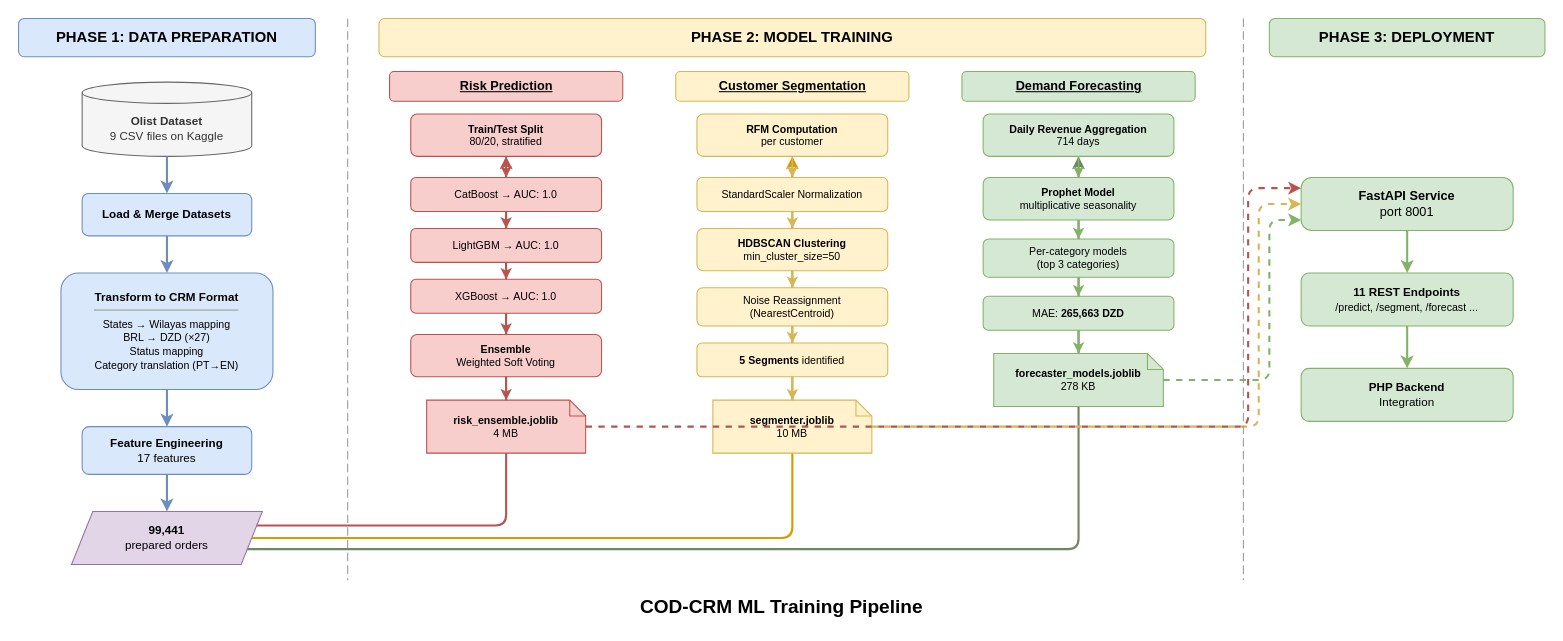
Before: docs/diagrams/ml_pipeline.drawio in amine-dubs/COD-CRM, a draw.io diagram. Source tidied: cells renumbered, new cells numbered last; positions are measured from the earlier drawing's top-left corner, leaving out a move shared by most shapes. Both pictures are drawn from the tidied source at 106%, with x=0, y=0 at pixel (18, 18).
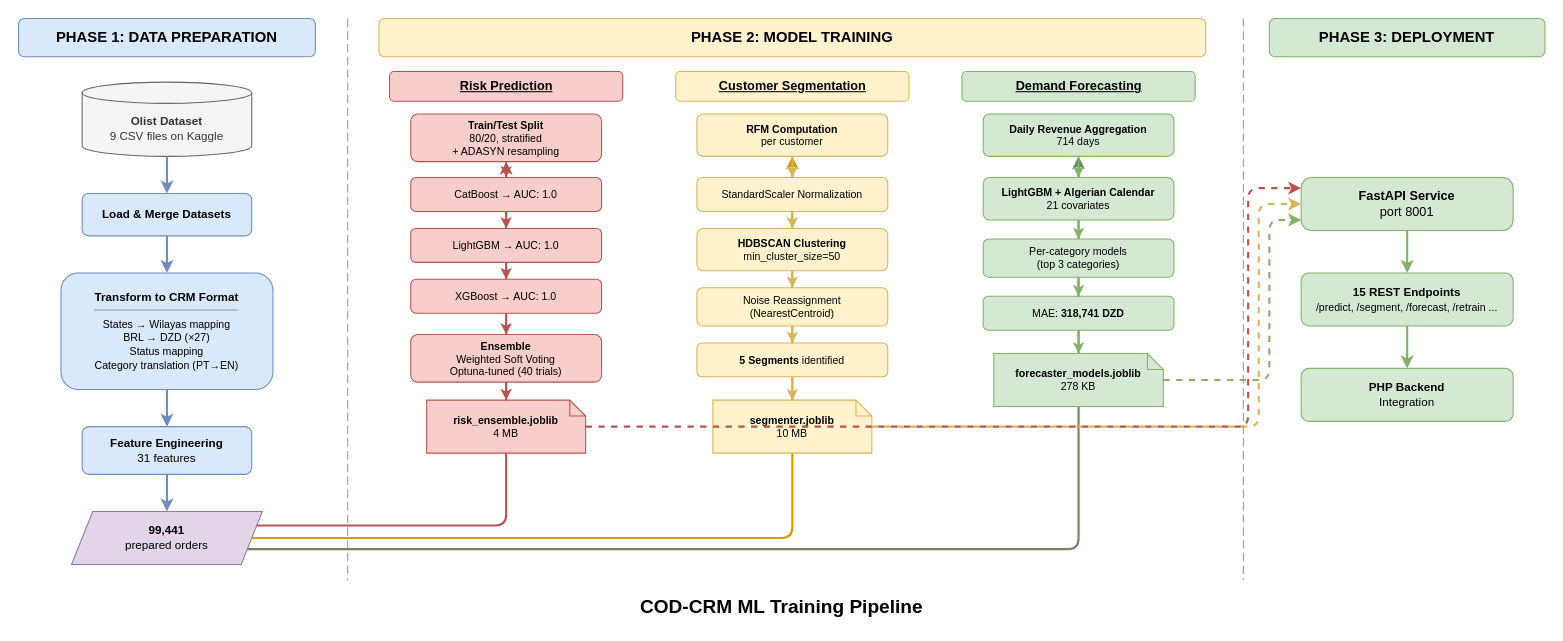
The same diagram, later.

Commit message (it also covers changes not shown here):
Add Algerian calendar: national holidays + Islamic New Year, holiday-aware is_weekend

Diff of the diagram source:
```diff
@@
-    <mxCell id="10" value="&lt;b&gt;Feature Engineering&lt;/b&gt;&lt;br&gt;17 features" style="rounded=1;whiteSpace=wrap;html=1;fillColor=#dae8fc;strokeColor=#6c8ebf;fontSize=11;" parent="1" vertex="1">
+    <mxCell id="10" value="&lt;b&gt;Feature Engineering&lt;/b&gt;&lt;br&gt;31 features" style="rounded=1;whiteSpace=wrap;html=1;fillColor=#dae8fc;strokeColor=#6c8ebf;fontSize=11;" parent="1" vertex="1">
       <mxGeometry x="60" y="385" width="160" height="45" as="geometry" />
     </mxCell>
@@
-    <mxCell id="18" value="&lt;b&gt;Train/Test Split&lt;/b&gt;&lt;br&gt;80/20, stratified" style="rounded=1;whiteSpace=wrap;html=1;fillColor=#f8cecc;strokeColor=#b85450;fontSize=10;" parent="1" vertex="1">
-      <mxGeometry x="370" y="90" width="180" height="40" as="geometry" />
+    <mxCell id="18" value="&lt;b&gt;Train/Test Split&lt;/b&gt;&lt;br&gt;80/20, stratified&lt;br&gt;&lt;font size=&quot;1&quot;&gt;+ ADASYN resampling&lt;/font&gt;" style="rounded=1;whiteSpace=wrap;html=1;fillColor=#f8cecc;strokeColor=#b85450;fontSize=10;" parent="1" vertex="1">
+      <mxGeometry x="370" y="90" width="180" height="45" as="geometry" />
     </mxCell>
@@
-    <mxCell id="25" value="&lt;b&gt;Ensemble&lt;/b&gt;&lt;br&gt;Weighted Soft Voting" style="rounded=1;whiteSpace=wrap;html=1;fillColor=#f8cecc;strokeColor=#b85450;fontSize=10;" parent="1" vertex="1">
-      <mxGeometry x="370" y="298" width="180" height="40" as="geometry" />
+    <mxCell id="25" value="&lt;b&gt;Ensemble&lt;/b&gt;&lt;br&gt;Weighted Soft Voting&lt;br&gt;&lt;font size=&quot;1&quot;&gt;Optuna-tuned (40 trials)&lt;/font&gt;" style="rounded=1;whiteSpace=wrap;html=1;fillColor=#f8cecc;strokeColor=#b85450;fontSize=10;" parent="1" vertex="1">
+      <mxGeometry x="370" y="298" width="180" height="45" as="geometry" />
     </mxCell>
@@
-    <mxCell id="43" value="&lt;b&gt;Prophet Model&lt;/b&gt;&lt;br&gt;multiplicative seasonality" style="rounded=1;whiteSpace=wrap;html=1;fillColor=#d5e8d4;strokeColor=#82b366;fontSize=10;" parent="1" vertex="1">
+    <mxCell id="43" value="&lt;b&gt;LightGBM + Algerian Calendar&lt;/b&gt;&lt;br&gt;21 covariates" style="rounded=1;whiteSpace=wrap;html=1;fillColor=#d5e8d4;strokeColor=#82b366;fontSize=10;" parent="1" vertex="1">
       <mxGeometry x="910" y="150" width="180" height="40" as="geometry" />
     </mxCell>
@@
-    <mxCell id="47" value="MAE: &lt;b&gt;265,663 DZD&lt;/b&gt;" style="rounded=1;whiteSpace=wrap;html=1;fillColor=#d5e8d4;strokeColor=#82b366;fontSize=10;" parent="1" vertex="1">
+    <mxCell id="47" value="MAE: &lt;b&gt;318,741 DZD&lt;/b&gt;" style="rounded=1;whiteSpace=wrap;html=1;fillColor=#d5e8d4;strokeColor=#82b366;fontSize=10;" parent="1" vertex="1">
       <mxGeometry x="910" y="262" width="180" height="32" as="geometry" />
     </mxCell>
@@
-    <mxCell id="52" value="&lt;b&gt;11 REST Endpoints&lt;/b&gt;&lt;br&gt;&lt;font size=&quot;1&quot;&gt;/predict, /segment, /forecast ...&lt;/font&gt;" style="rounded=1;whiteSpace=wrap;html=1;fillColor=#d5e8d4;strokeColor=#82b366;fontSize=11;" parent="1" vertex="1">
+    <mxCell id="52" value="&lt;b&gt;15 REST Endpoints&lt;/b&gt;&lt;br&gt;&lt;font size=&quot;1&quot;&gt;/predict, /segment, /forecast, /retrain ...&lt;/font&gt;" style="rounded=1;whiteSpace=wrap;html=1;fillColor=#d5e8d4;strokeColor=#82b366;fontSize=11;" parent="1" vertex="1">
       <mxGeometry x="1210" y="240" width="200" height="50" as="geometry" />
     </mxCell>
```
